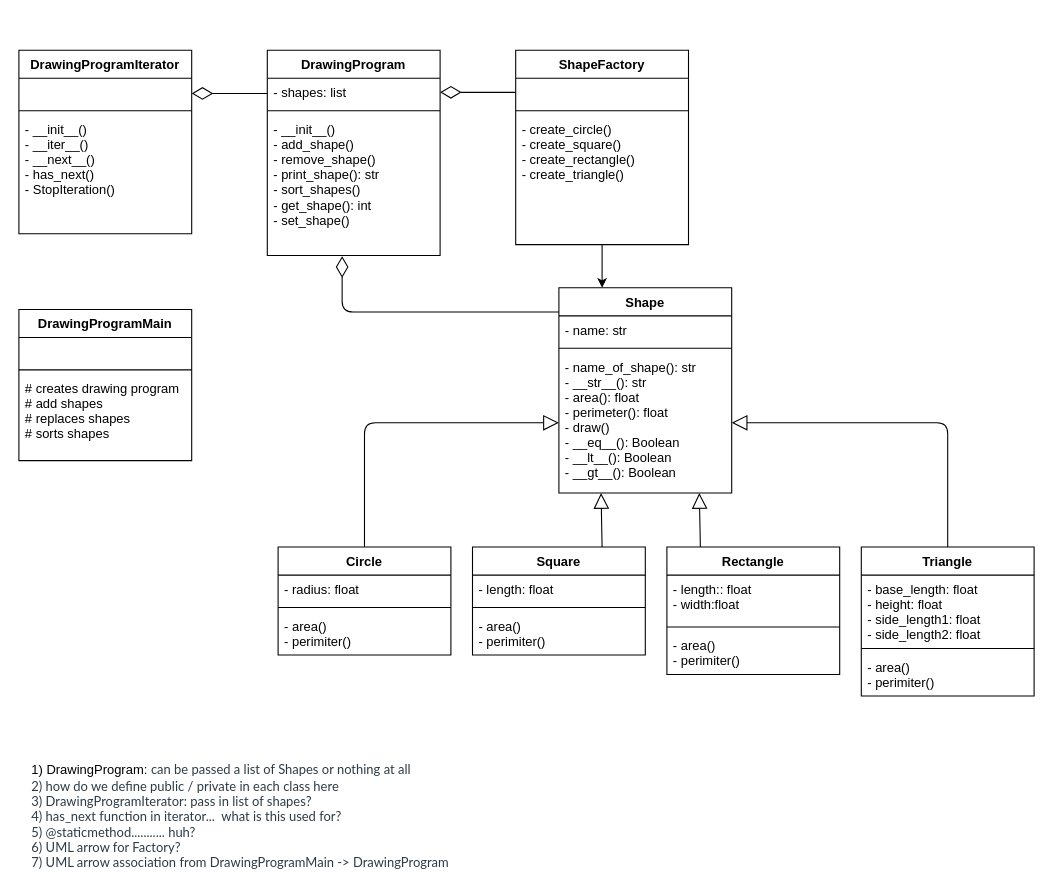
Above: HW4.drawio in jstocks/shapefactory (draw.io), before the change. Source tidied: cells renumbered, new cells numbered last; positions are measured from the earlier drawing's top-left corner, leaving out a move shared by most shapes. Both pictures are drawn from the tidied source at 108%, with x=0, y=0 at pixel (18, 50).
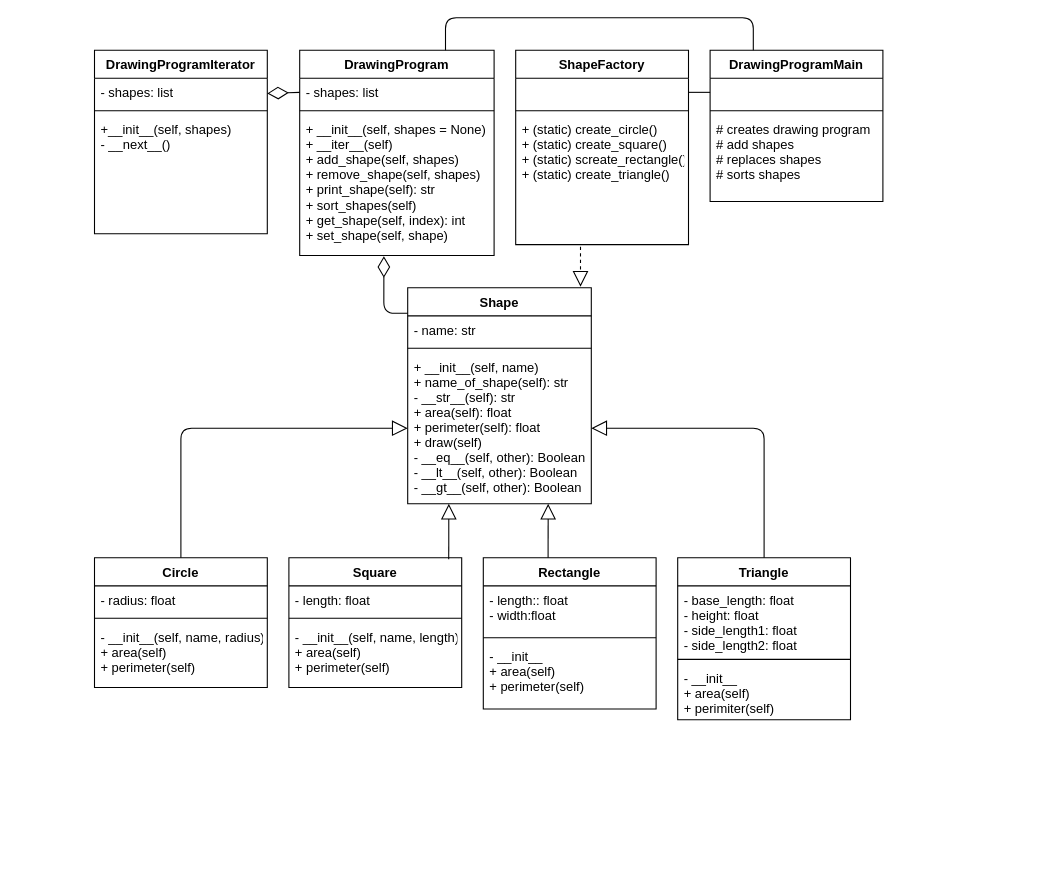
Above is the later version.

Commit message:
# 11/12 commit after discussion with Tom

Added Dee's changes + Jeff's changes

The change refers to these unchanged cells:
```xml
<mxCell id="30" value="ShapeFactory" style="swimlane;fontStyle=1;align=center;verticalAlign=top;horizontal=1;startSize=26;" parent="1" vertex="1">
  <mxGeometry x="460" width="160" height="180" as="geometry" />
</mxCell>
<mxCell id="31" value=" " style="text;strokeColor=none;fillColor=none;align=left;verticalAlign=top;spacingLeft=4;spacingRight=4;overflow=hidden;points=[[0,0.5],[1,0.5]];portConstraint=eastwest;" parent="30" vertex="1">
  <mxGeometry y="26" width="160" height="26" as="geometry" />
</mxCell>
<mxCell id="36" value=" " style="text;strokeColor=none;fillColor=none;align=left;verticalAlign=top;spacingLeft=4;spacingRight=4;overflow=hidden;points=[[0,0.5],[1,0.5]];portConstraint=eastwest;" parent="35" vertex="1">
  <mxGeometry y="26" width="160" height="26" as="geometry" />
</mxCell>
```

The edit, as a diff of the source:
```diff
@@
     <mxCell id="2" value="DrawingProgram" style="swimlane;fontStyle=1;align=center;verticalAlign=top;horizontal=1;startSize=26;" parent="1" vertex="1">
-      <mxGeometry x="230" width="160" height="190" as="geometry" />
+      <mxGeometry x="260" width="180" height="190" as="geometry" />
     </mxCell>
     <mxCell id="3" value="- shapes: list" style="text;strokeColor=none;fillColor=none;align=left;verticalAlign=top;spacingLeft=4;spacingRight=4;overflow=hidden;points=[[0,0.5],[1,0.5]];portConstraint=eastwest;" parent="2" vertex="1">
-      <mxGeometry y="26" width="160" height="26" as="geometry" />
+      <mxGeometry y="26" width="180" height="26" as="geometry" />
     </mxCell>
     <mxCell id="4" style="line;strokeWidth=1;fillColor=none;align=left;verticalAlign=middle;spacingTop=-1;spacingLeft=3;spacingRight=3;labelPosition=right;" parent="2" vertex="1">
-      <mxGeometry y="52" width="160" height="8" as="geometry" />
+      <mxGeometry y="52" width="180" height="8" as="geometry" />
     </mxCell>
-    <mxCell id="5" value="- __init__()&#10;- add_shape() &#10;- remove_shape()&#10;- print_shape(): str&#10;- sort_shapes()&#10;- get_shape(): int&#10;- set_shape()" style="text;strokeColor=none;fillColor=none;align=left;verticalAlign=top;spacingLeft=4;spacingRight=4;overflow=hidden;points=[[0,0.5],[1,0.5]];portConstraint=eastwest;" parent="2" vertex="1">
-      <mxGeometry y="60" width="160" height="130" as="geometry" />
+    <mxCell id="5" value="+ __init__(self, shapes = None)&#10;+ __iter__(self)&#10;+ add_shape(self, shapes) &#10;+ remove_shape(self, shapes)&#10;+ print_shape(self): str&#10;+ sort_shapes(self)&#10;+ get_shape(self, index): int&#10;+ set_shape(self, shape)" style="text;strokeColor=none;fillColor=none;align=left;verticalAlign=top;spacingLeft=4;spacingRight=4;overflow=hidden;points=[[0,0.5],[1,0.5]];portConstraint=eastwest;" parent="2" vertex="1">
+      <mxGeometry y="60" width="180" height="130" as="geometry" />
     </mxCell>
     <mxCell id="6" value="DrawingProgramIterator" style="swimlane;fontStyle=1;align=center;verticalAlign=top;horizontal=1;startSize=26;" parent="1" vertex="1">
-      <mxGeometry width="160" height="170" as="geometry" />
+      <mxGeometry x="70" width="160" height="170" as="geometry" />
     </mxCell>
-    <mxCell id="7" value="  " style="text;strokeColor=none;fillColor=none;align=left;verticalAlign=top;spacingLeft=4;spacingRight=4;overflow=hidden;" parent="6" vertex="1">
+    <mxCell id="7" value="- shapes: list" style="text;strokeColor=none;fillColor=none;align=left;verticalAlign=top;spacingLeft=4;spacingRight=4;overflow=hidden;" parent="6" vertex="1">
       <mxGeometry y="26" width="160" height="26" as="geometry" />
     </mxCell>
@@
-    <mxCell id="9" value="- __init__()&#10;- __iter__()&#10;- __next__()&#10;- has_next()&#10;- StopIteration()" style="text;strokeColor=none;fillColor=none;align=left;verticalAlign=top;spacingLeft=4;spacingRight=4;overflow=hidden;labelBackgroundColor=none;" parent="6" vertex="1">
+    <mxCell id="9" value="+__init__(self, shapes)&#10;- __next__()&#10;" style="text;strokeColor=none;fillColor=none;align=left;verticalAlign=top;spacingLeft=4;spacingRight=4;overflow=hidden;labelBackgroundColor=none;" parent="6" vertex="1">
       <mxGeometry y="60" width="160" height="110" as="geometry" />
     </mxCell>
     <mxCell id="10" value="Shape" style="swimlane;fontStyle=1;align=center;verticalAlign=top;horizontal=1;startSize=26;" parent="1" vertex="1">
-      <mxGeometry x="500" y="220" width="160" height="190" as="geometry" />
+      <mxGeometry x="360" y="220" width="170" height="200" as="geometry" />
     </mxCell>
     <mxCell id="11" value="- name: str" style="text;strokeColor=none;fillColor=none;align=left;verticalAlign=top;spacingLeft=4;spacingRight=4;overflow=hidden;" parent="10" vertex="1">
-      <mxGeometry y="26" width="160" height="26" as="geometry" />
+      <mxGeometry y="26" width="170" height="26" as="geometry" />
     </mxCell>
     <mxCell id="12" style="line;strokeWidth=1;fillColor=none;align=left;verticalAlign=middle;spacingTop=-1;spacingLeft=3;spacingRight=3;labelPosition=right;" parent="10" vertex="1">
-      <mxGeometry y="52" width="160" height="8" as="geometry" />
+      <mxGeometry y="52" width="170" height="8" as="geometry" />
     </mxCell>
-    <mxCell id="13" value="- name_of_shape(): str&#10;- __str__(): str&#10;- area(): float&#10;- perimeter(): float&#10;- draw()&#10;- __eq__(): Boolean&#10;- __lt__(): Boolean&#10;- __gt__(): Boolean" style="text;strokeColor=none;fillColor=none;align=left;verticalAlign=top;spacingLeft=4;spacingRight=4;overflow=hidden;points=[[0,0.5],[1,0.5]];portConstraint=eastwest;" parent="10" vertex="1">
-      <mxGeometry y="60" width="160" height="130" as="geometry" />
+    <mxCell id="13" value="+ __init__(self, name)&#10;+ name_of_shape(self): str&#10;- __str__(self): str&#10;+ area(self): float&#10;+ perimeter(self): float&#10;+ draw(self)&#10;- __eq__(self, other): Boolean&#10;- __lt__(self, other): Boolean&#10;- __gt__(self, other): Boolean" style="text;strokeColor=none;fillColor=none;align=left;verticalAlign=top;spacingLeft=4;spacingRight=4;overflow=hidden;points=[[0,0.5],[1,0.5]];portConstraint=eastwest;" parent="10" vertex="1">
+      <mxGeometry y="60" width="170" height="140" as="geometry" />
     </mxCell>
     <mxCell id="14" value="Circle" style="swimlane;fontStyle=1;align=center;verticalAlign=top;horizontal=1;startSize=26;" parent="1" vertex="1">
-      <mxGeometry x="240" y="460" width="160" height="100" as="geometry" />
+      <mxGeometry x="70" y="470" width="160" height="120" as="geometry" />
     </mxCell>
@@
-    <mxCell id="17" value="- area()&#10;- perimiter()" style="text;strokeColor=none;fillColor=none;align=left;verticalAlign=top;spacingLeft=4;spacingRight=4;overflow=hidden;" parent="14" vertex="1">
-      <mxGeometry y="60" width="160" height="40" as="geometry" />
+    <mxCell id="17" value="- __init__(self, name, radius)&#10;+ area(self)&#10;+ perimeter(self)" style="text;strokeColor=none;fillColor=none;align=left;verticalAlign=top;spacingLeft=4;spacingRight=4;overflow=hidden;" parent="14" vertex="1">
+      <mxGeometry y="60" width="160" height="60" as="geometry" />
     </mxCell>
     <mxCell id="18" value="Square" style="swimlane;fontStyle=1;align=center;verticalAlign=top;horizontal=1;startSize=26;" parent="1" vertex="1">
-      <mxGeometry x="420" y="460" width="160" height="100" as="geometry" />
+      <mxGeometry x="250" y="470" width="160" height="120" as="geometry" />
     </mxCell>
@@
-    <mxCell id="21" value="- area()&#10;- perimiter()" style="text;strokeColor=none;fillColor=none;align=left;verticalAlign=top;spacingLeft=4;spacingRight=4;overflow=hidden;" parent="18" vertex="1">
-      <mxGeometry y="60" width="160" height="40" as="geometry" />
+    <mxCell id="21" value="- __init__(self, name, length)&#10;+ area(self)&#10;+ perimeter(self)" style="text;strokeColor=none;fillColor=none;align=left;verticalAlign=top;spacingLeft=4;spacingRight=4;overflow=hidden;" parent="18" vertex="1">
+      <mxGeometry y="60" width="160" height="60" as="geometry" />
     </mxCell>
     <mxCell id="22" value="Rectangle" style="swimlane;fontStyle=1;align=center;verticalAlign=top;horizontal=1;startSize=26;" parent="1" vertex="1">
-      <mxGeometry x="600" y="460" width="160" height="118" as="geometry" />
+      <mxGeometry x="430" y="470" width="160" height="140" as="geometry" />
     </mxCell>
@@
-    <mxCell id="25" value="- area()&#10;- perimiter()" style="text;strokeColor=none;fillColor=none;align=left;verticalAlign=top;spacingLeft=4;spacingRight=4;overflow=hidden;" parent="22" vertex="1">
-      <mxGeometry y="78" width="160" height="40" as="geometry" />
+    <mxCell id="25" value="- __init__&#10;+ area(self)&#10;+ perimeter(self)" style="text;strokeColor=none;fillColor=none;align=left;verticalAlign=top;spacingLeft=4;spacingRight=4;overflow=hidden;" parent="22" vertex="1">
+      <mxGeometry y="78" width="160" height="62" as="geometry" />
     </mxCell>
     <mxCell id="26" value="Triangle" style="swimlane;fontStyle=1;align=center;verticalAlign=top;horizontal=1;startSize=26;" parent="1" vertex="1">
-      <mxGeometry x="780" y="460" width="160" height="138" as="geometry" />
+      <mxGeometry x="610" y="470" width="160" height="150" as="geometry" />
     </mxCell>
@@
-    <mxCell id="29" value="- area()&#10;- perimiter()" style="text;strokeColor=none;fillColor=none;align=left;verticalAlign=top;spacingLeft=4;spacingRight=4;overflow=hidden;" parent="26" vertex="1">
-      <mxGeometry y="98" width="160" height="40" as="geometry" />
+    <mxCell id="29" value="- __init__&#10;+ area(self)&#10;+ perimiter(self)" style="text;strokeColor=none;fillColor=none;align=left;verticalAlign=top;spacingLeft=4;spacingRight=4;overflow=hidden;" parent="26" vertex="1">
+      <mxGeometry y="98" width="160" height="52" as="geometry" />
     </mxCell>
@@
-    <mxCell id="33" value="- create_circle()&#10;- create_square()&#10;- create_rectangle()&#10;- create_triangle()&#10;" style="text;strokeColor=none;fillColor=none;align=left;verticalAlign=top;spacingLeft=4;spacingRight=4;overflow=hidden;points=[[0,0.5],[1,0.5]];portConstraint=eastwest;" parent="30" vertex="1">
+    <mxCell id="33" value="+ (static) create_circle()&#10;+ (static) create_square()&#10;+ (static) screate_rectangle()&#10;+ (static) create_triangle()&#10;" style="text;strokeColor=none;fillColor=none;align=left;verticalAlign=top;spacingLeft=4;spacingRight=4;overflow=hidden;points=[[0,0.5],[1,0.5]];portConstraint=eastwest;" parent="30" vertex="1">
       <mxGeometry y="60" width="160" height="120" as="geometry" />
     </mxCell>
-    <mxCell id="34" style="endArrow=classic;html=1;entryX=0.25;entryY=0;entryDx=0;entryDy=0;" parent="30" edge="1" target="10">
-      <mxGeometry relative="1" as="geometry">
-        <mxPoint x="80" y="180" as="sourcePoint" />
-      </mxGeometry>
-    </mxCell>
     <mxCell id="35" value="DrawingProgramMain" style="swimlane;fontStyle=1;align=center;verticalAlign=top;horizontal=1;startSize=26;" parent="1" vertex="1">
-      <mxGeometry y="240" width="160" height="140" as="geometry" />
+      <mxGeometry x="640" width="160" height="140" as="geometry" />
     </mxCell>
@@
-    <mxCell id="40" style="endArrow=block;html=1;exitX=0.75;exitY=0;exitDx=0;exitDy=0;endFill=0;entryX=0.244;entryY=1;entryDx=0;entryDy=0;entryPerimeter=0;endSize=12;" parent="1" edge="1" source="18" target="13">
+    <mxCell id="40" style="endArrow=block;html=1;exitX=0.925;exitY=0.011;exitDx=0;exitDy=0;endFill=0;endSize=12;exitPerimeter=0;entryX=0.224;entryY=1;entryDx=0;entryDy=0;entryPerimeter=0;" parent="1" edge="1" source="18" target="13">
       <mxGeometry relative="1" as="geometry" />
     </mxCell>
-    <mxCell id="41" style="endArrow=block;html=1;exitX=0.75;exitY=0;exitDx=0;exitDy=0;endFill=0;endSize=12;" parent="1" edge="1">
-      <mxGeometry relative="1" as="geometry">
-        <mxPoint x="631" y="460" as="sourcePoint" />
-        <mxPoint x="630" y="410" as="targetPoint" />
-      </mxGeometry>
+    <mxCell id="41" style="endArrow=block;html=1;endFill=0;endSize=12;entryX=0.765;entryY=1;entryDx=0;entryDy=0;entryPerimeter=0;exitX=0.375;exitY=0;exitDx=0;exitDy=0;exitPerimeter=0;" parent="1" edge="1" source="22" target="13">
+      <mxGeometry relative="1" as="geometry" />
     </mxCell>
@@
-    <mxCell id="44" style="endArrow=diamondThin;html=1;endFill=0;strokeWidth=1;endSize=17;" parent="1" edge="1">
-      <mxGeometry relative="1" as="geometry">
-        <mxPoint x="460" y="39" as="sourcePoint" />
-        <mxPoint x="390" y="39" as="targetPoint" />
-      </mxGeometry>
-    </mxCell>
-    <mxCell id="45" value="&lt;div&gt;&lt;font style=&quot;font-size: 12px&quot;&gt;&lt;span&gt;1) DrawingProgram:&amp;nbsp;&lt;/span&gt;&lt;span style=&quot;color: rgb(45 , 59 , 69) ; font-family: &amp;#34;lato extended&amp;#34; , &amp;#34;lato&amp;#34; , &amp;#34;helvetica neue&amp;#34; , &amp;#34;helvetica&amp;#34; , &amp;#34;arial&amp;#34; , sans-serif ; background-color: rgb(255 , 255 , 255)&quot;&gt;can be passed a list of Shapes or nothing at all&lt;/span&gt;&lt;/font&gt;&lt;/div&gt;&lt;span style=&quot;color: rgb(45 , 59 , 69) ; font-family: &amp;#34;lato extended&amp;#34; , &amp;#34;lato&amp;#34; , &amp;#34;helvetica neue&amp;#34; , &amp;#34;helvetica&amp;#34; , &amp;#34;arial&amp;#34; , sans-serif ; background-color: rgb(255 , 255 , 255)&quot;&gt;&lt;font style=&quot;font-size: 12px&quot;&gt;&lt;div&gt;2) how do we define public / private in each class here&lt;/div&gt;&lt;div&gt;3) DrawingProgramIterator: pass in list of shapes?&lt;/div&gt;&lt;div&gt;4) has_next function in iterator...&amp;nbsp; what is this used for?&lt;/div&gt;&lt;div&gt;5) @staticmethod........... huh?&lt;/div&gt;&lt;div&gt;6) UML arrow for Factory?&lt;/div&gt;&lt;div&gt;7) UML arrow association from DrawingProgramMain -&amp;gt; DrawingProgram&lt;/div&gt;&lt;/font&gt;&lt;/span&gt;" style="text;html=1;strokeColor=none;fillColor=none;align=left;verticalAlign=middle;whiteSpace=wrap;rounded=0;sketch=0;" parent="1" vertex="1">
-      <mxGeometry x="10" y="660" width="540" height="100" as="geometry" />
-    </mxCell>
-    <mxCell id="46" style="endArrow=diamondThin;html=1;endFill=0;strokeWidth=1;endSize=17;" parent="1" edge="1">
+    <mxCell id="46" style="endArrow=diamondThin;html=1;endFill=0;strokeWidth=1;endSize=17;exitX=0;exitY=0.5;exitDx=0;exitDy=0;" parent="1" edge="1" source="3">
       <mxGeometry relative="1" as="geometry">
-        <mxPoint x="230" y="40" as="sourcePoint" />
-        <mxPoint x="160" y="40" as="targetPoint" />
+        <mxPoint x="230" y="40" as="targetPoint" />
       </mxGeometry>
     </mxCell>
+    <mxCell id="47" style="endArrow=block;dashed=1;endFill=0;endSize=12;html=1;exitX=0.375;exitY=1.017;exitDx=0;exitDy=0;exitPerimeter=0;" parent="1" edge="1" source="33">
+      <mxGeometry relative="1" as="geometry">
+        <mxPoint x="520" y="219" as="targetPoint" />
+      </mxGeometry>
+    </mxCell>
+    <mxCell id="48" style="endArrow=none;html=1;exitX=1;exitY=0.5;exitDx=0;exitDy=0;entryX=0;entryY=0.5;entryDx=0;entryDy=0;" parent="1" edge="1" source="31" target="36">
+      <mxGeometry relative="1" as="geometry" />
+    </mxCell>
+    <mxCell id="49" style="endArrow=none;html=1;exitX=0.75;exitY=0;exitDx=0;exitDy=0;entryX=0.25;entryY=0;entryDx=0;entryDy=0;edgeStyle=orthogonalEdgeStyle;" parent="1" edge="1" source="2" target="35">
+      <mxGeometry relative="1" as="geometry">
+        <Array as="points">
+          <mxPoint x="395" y="-30" />
+          <mxPoint x="680" y="-30" />
+        </Array>
+      </mxGeometry>
+    </mxCell>
```
